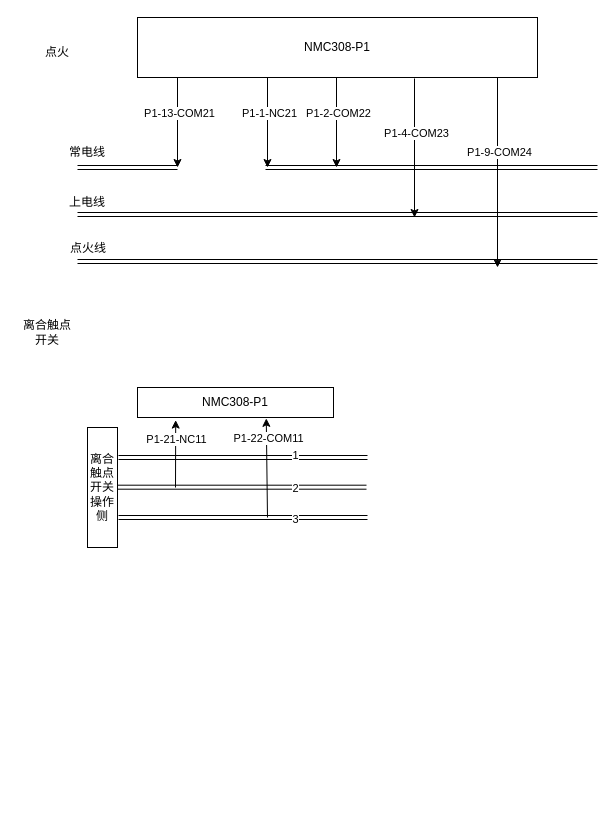
Earlier version of the draw.io diagram 道依茨2104.drawio (Hanye1108/drawio). Source tidied: cells renumbered, new cells numbered last; positions are measured from the earlier drawing's top-left corner, leaving out a move shared by most shapes. Both pictures are drawn from the tidied source at 100%, with x=0, y=0 at pixel (17, 17).
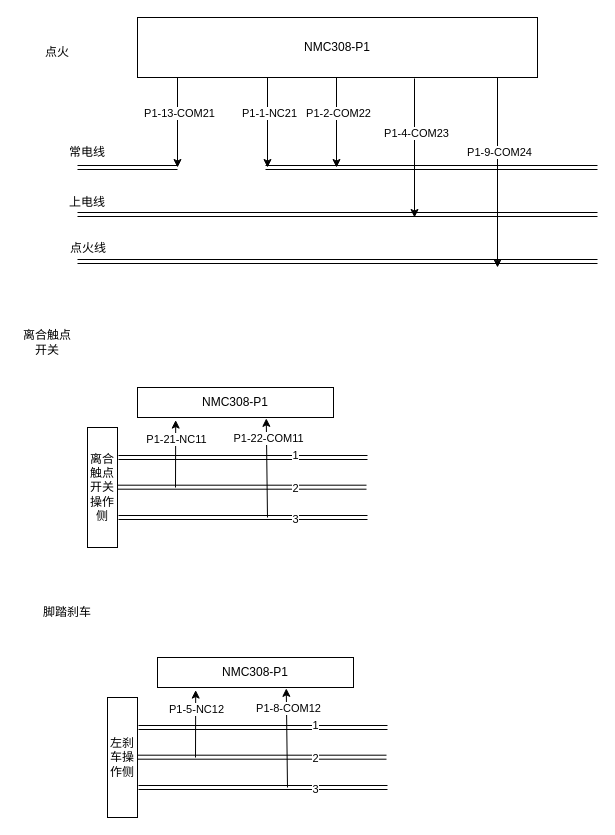
After the change.

Commit message (it also covers changes not shown here):
更新道依茨2104.drawio

Diff of the diagram source:
```diff
@@
     <mxCell id="23" value="离合触点开关" style="text;html=1;align=center;verticalAlign=middle;whiteSpace=wrap;rounded=0;" parent="1" vertex="1">
-      <mxGeometry y="300" width="60" height="30" as="geometry" />
+      <mxGeometry y="310" width="60" height="30" as="geometry" />
     </mxCell>
@@
+    <mxCell id="34" value="左刹车操作侧" style="rounded=0;whiteSpace=wrap;html=1;" parent="1" vertex="1">
+      <mxGeometry x="90" y="680" width="30" height="120" as="geometry" />
+    </mxCell>
+    <mxCell id="35" value="NMC308-P1" style="rounded=0;whiteSpace=wrap;html=1;" parent="1" vertex="1">
+      <mxGeometry x="140" y="640" width="196" height="30" as="geometry" />
+    </mxCell>
+    <mxCell id="36" value="脚踏刹车" style="text;html=1;align=center;verticalAlign=middle;whiteSpace=wrap;rounded=0;" parent="1" vertex="1">
+      <mxGeometry x="20" y="580" width="60" height="30" as="geometry" />
+    </mxCell>
+    <mxCell id="37" style="shape=link;html=1;rounded=0;" parent="1" edge="1">
+      <mxGeometry relative="1" as="geometry">
+        <mxPoint x="121" y="710" as="sourcePoint" />
+        <mxPoint x="370" y="710" as="targetPoint" />
+      </mxGeometry>
+    </mxCell>
+    <mxCell id="38" value="1" style="edgeLabel;html=1;align=center;verticalAlign=middle;" parent="37" vertex="1">
+      <mxGeometry x="0.41" y="3" relative="1" as="geometry" />
+    </mxCell>
+    <mxCell id="39" style="shape=link;html=1;rounded=0;" parent="1" edge="1">
+      <mxGeometry relative="1" as="geometry">
+        <mxPoint x="120" y="739.7" as="sourcePoint" />
+        <mxPoint x="369" y="739.7" as="targetPoint" />
+      </mxGeometry>
+    </mxCell>
+    <mxCell id="40" value="2" style="edgeLabel;html=1;align=center;verticalAlign=middle;" parent="39" vertex="1">
+      <mxGeometry x="0.42" y="-1" relative="1" as="geometry" />
+    </mxCell>
+    <mxCell id="41" style="shape=link;html=1;rounded=0;" parent="1" edge="1">
+      <mxGeometry relative="1" as="geometry">
+        <mxPoint x="121" y="770" as="sourcePoint" />
+        <mxPoint x="370" y="770" as="targetPoint" />
+      </mxGeometry>
+    </mxCell>
+    <mxCell id="42" value="3" style="edgeLabel;html=1;align=center;verticalAlign=middle;" parent="41" vertex="1">
+      <mxGeometry x="0.41" y="-1" relative="1" as="geometry" />
+    </mxCell>
+    <mxCell id="43" style="endArrow=classic;html=1;rounded=0;entryX=0.657;entryY=1.029;entryDx=0;entryDy=0;entryPerimeter=0;" parent="1" edge="1" target="35">
+      <mxGeometry relative="1" as="geometry">
+        <mxPoint x="270" y="770" as="sourcePoint" />
+      </mxGeometry>
+    </mxCell>
+    <mxCell id="44" value="P1-8-COM12" style="edgeLabel;html=1;align=center;verticalAlign=middle;" parent="43" vertex="1">
+      <mxGeometry x="0.61" y="-1" relative="1" as="geometry">
+        <mxPoint y="1" as="offset" />
+      </mxGeometry>
+    </mxCell>
+    <mxCell id="45" style="endArrow=classic;html=1;rounded=0;entryX=0.307;entryY=1.086;entryDx=0;entryDy=0;entryPerimeter=0;" parent="1" edge="1">
+      <mxGeometry relative="1" as="geometry">
+        <mxPoint x="178" y="740" as="sourcePoint" />
+        <mxPoint x="178.2" y="672.6" as="targetPoint" />
+      </mxGeometry>
+    </mxCell>
+    <mxCell id="46" value="P1-5-NC12" style="edgeLabel;html=1;align=center;verticalAlign=middle;" parent="45" vertex="1">
+      <mxGeometry x="0.44" relative="1" as="geometry" />
+    </mxCell>
```
